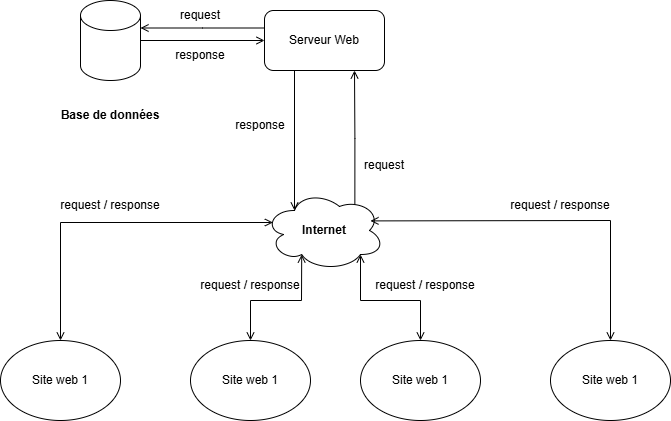
Before: archi_api.png, a diagram exported from draw.io (ouzayr-droid/docs_api). Source tidied: cells renumbered, new cells last; positions are measured from the earlier drawing's top-left corner, leaving out a move shared by most shapes.
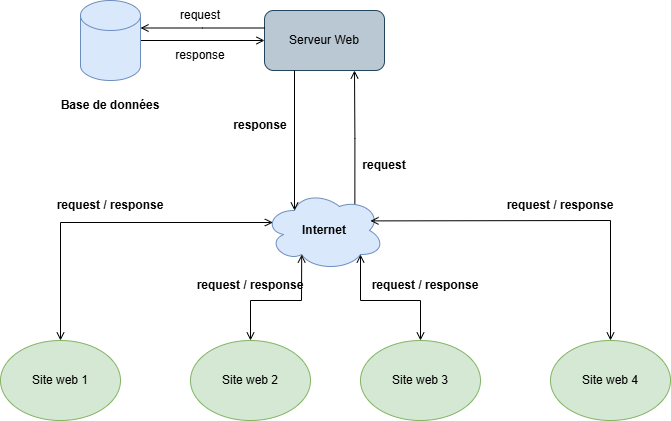
The same file after the commit.

Commit message:
feature: docs ecrit

Change to the diagram source:
```diff
@@ -5,31 +5,31 @@
     <mxCell id="2" style="edgeStyle=orthogonalEdgeStyle;rounded=0;jettySize=auto;html=1;entryX=0;entryY=0.5;entryDx=0;entryDy=0;endArrow=open;endFill=0;" parent="1" edge="1" source="3" target="5">
       <mxGeometry relative="1" as="geometry" />
     </mxCell>
-    <mxCell id="3" style="shape=cylinder3;whiteSpace=wrap;html=1;boundedLbl=1;backgroundOutline=1;size=15;" parent="1" vertex="1">
+    <mxCell id="3" style="shape=cylinder3;whiteSpace=wrap;html=1;boundedLbl=1;backgroundOutline=1;size=15;fillColor=#dae8fc;strokeColor=#6c8ebf;" parent="1" vertex="1">
       <mxGeometry x="80" width="60" height="80" as="geometry" />
     </mxCell>
     <mxCell id="4" value="&lt;b&gt;Base de données&lt;/b&gt;" style="text;html=1;whiteSpace=wrap;strokeColor=none;fillColor=none;align=center;verticalAlign=middle;rounded=0;" parent="1" vertex="1">
-      <mxGeometry x="50" y="100" width="120" height="30" as="geometry" />
+      <mxGeometry x="50" y="90" width="120" height="30" as="geometry" />
     </mxCell>
-    <mxCell id="5" value="Serveur Web" style="rounded=1;whiteSpace=wrap;html=1;" parent="1" vertex="1">
+    <mxCell id="5" value="Serveur Web" style="rounded=1;whiteSpace=wrap;html=1;fillColor=#bac8d3;strokeColor=#23445d;" parent="1" vertex="1">
       <mxGeometry x="264" y="10" width="120" height="60" as="geometry" />
     </mxCell>
     <mxCell id="6" style="edgeStyle=orthogonalEdgeStyle;rounded=0;jettySize=auto;html=1;entryX=0.75;entryY=1;entryDx=0;entryDy=0;exitX=0.753;exitY=0.2;exitDx=0;exitDy=0;exitPerimeter=0;endArrow=open;endFill=0;" parent="1" edge="1" source="7" target="5">
       <mxGeometry relative="1" as="geometry" />
     </mxCell>
-    <mxCell id="7" value="&lt;b&gt;Internet&lt;/b&gt;" style="ellipse;shape=cloud;whiteSpace=wrap;html=1;" parent="1" vertex="1">
+    <mxCell id="7" value="&lt;b&gt;Internet&lt;/b&gt;" style="ellipse;shape=cloud;whiteSpace=wrap;html=1;fillColor=#dae8fc;strokeColor=#6c8ebf;" parent="1" vertex="1">
       <mxGeometry x="264" y="190" width="120" height="80" as="geometry" />
     </mxCell>
-    <mxCell id="8" value="Site web 1" style="ellipse;whiteSpace=wrap;html=1;" parent="1" vertex="1">
+    <mxCell id="8" value="Site web 1" style="ellipse;whiteSpace=wrap;html=1;fillColor=#d5e8d4;strokeColor=#82b366;" parent="1" vertex="1">
       <mxGeometry y="340" width="120" height="80" as="geometry" />
     </mxCell>
-    <mxCell id="9" value="Site web 1" style="ellipse;whiteSpace=wrap;html=1;" parent="1" vertex="1">
+    <mxCell id="9" value="Site web 2" style="ellipse;whiteSpace=wrap;html=1;fillColor=#d5e8d4;strokeColor=#82b366;" parent="1" vertex="1">
       <mxGeometry x="190" y="340" width="120" height="80" as="geometry" />
     </mxCell>
-    <mxCell id="10" value="Site web 1" style="ellipse;whiteSpace=wrap;html=1;" parent="1" vertex="1">
+    <mxCell id="10" value="Site web 3" style="ellipse;whiteSpace=wrap;html=1;fillColor=#d5e8d4;strokeColor=#82b366;" parent="1" vertex="1">
       <mxGeometry x="360" y="340" width="120" height="80" as="geometry" />
     </mxCell>
-    <mxCell id="11" value="Site web 1" style="ellipse;whiteSpace=wrap;html=1;" parent="1" vertex="1">
+    <mxCell id="11" value="Site web 4" style="ellipse;whiteSpace=wrap;html=1;fillColor=#d5e8d4;strokeColor=#82b366;" parent="1" vertex="1">
       <mxGeometry x="550" y="340" width="120" height="80" as="geometry" />
     </mxCell>
     <mxCell id="12" style="edgeStyle=orthogonalEdgeStyle;rounded=0;jettySize=auto;html=1;entryX=1;entryY=0;entryDx=0;entryDy=27.5;entryPerimeter=0;endArrow=open;endFill=0;" parent="1" edge="1" source="5" target="3">
@@ -48,10 +48,10 @@
     <mxCell id="15" style="edgeStyle=orthogonalEdgeStyle;rounded=0;jettySize=auto;html=1;exitX=0.25;exitY=1;exitDx=0;exitDy=0;entryX=0.25;entryY=0.25;entryDx=0;entryDy=0;entryPerimeter=0;endArrow=open;endFill=0;" parent="1" edge="1" source="5" target="7">
       <mxGeometry relative="1" as="geometry" />
     </mxCell>
-    <mxCell id="16" value="request" style="text;html=1;whiteSpace=wrap;strokeColor=none;fillColor=none;align=center;verticalAlign=middle;rounded=0;" parent="1" vertex="1">
+    <mxCell id="16" value="&lt;b&gt;request&lt;/b&gt;" style="text;html=1;whiteSpace=wrap;strokeColor=none;fillColor=none;align=center;verticalAlign=middle;rounded=0;" parent="1" vertex="1">
       <mxGeometry x="354" y="150" width="60" height="30" as="geometry" />
     </mxCell>
-    <mxCell id="17" value="response" style="text;html=1;whiteSpace=wrap;strokeColor=none;fillColor=none;align=center;verticalAlign=middle;rounded=0;" parent="1" vertex="1">
+    <mxCell id="17" value="&lt;b&gt;response&lt;/b&gt;" style="text;html=1;whiteSpace=wrap;strokeColor=none;fillColor=none;align=center;verticalAlign=middle;rounded=0;" parent="1" vertex="1">
       <mxGeometry x="230" y="110" width="60" height="30" as="geometry" />
     </mxCell>
     <mxCell id="18" style="endArrow=open;startArrow=open;html=1;rounded=0;exitX=0.5;exitY=0;exitDx=0;exitDy=0;entryX=0.07;entryY=0.4;entryDx=0;entryDy=0;entryPerimeter=0;endFill=0;startFill=0;" parent="1" edge="1" source="8" target="7">
@@ -68,10 +68,10 @@
         </Array>
       </mxGeometry>
     </mxCell>
-    <mxCell id="20" value="request / response" style="text;html=1;whiteSpace=wrap;strokeColor=none;fillColor=none;align=center;verticalAlign=middle;rounded=0;" parent="1" vertex="1">
+    <mxCell id="20" value="&lt;b&gt;request / response&lt;/b&gt;" style="text;html=1;whiteSpace=wrap;strokeColor=none;fillColor=none;align=center;verticalAlign=middle;rounded=0;" parent="1" vertex="1">
       <mxGeometry x="50" y="190" width="120" height="30" as="geometry" />
     </mxCell>
-    <mxCell id="21" value="request / response" style="text;html=1;whiteSpace=wrap;strokeColor=none;fillColor=none;align=center;verticalAlign=middle;rounded=0;" parent="1" vertex="1">
+    <mxCell id="21" value="&lt;b&gt;request / response&lt;/b&gt;" style="text;html=1;whiteSpace=wrap;strokeColor=none;fillColor=none;align=center;verticalAlign=middle;rounded=0;" parent="1" vertex="1">
       <mxGeometry x="500" y="190" width="120" height="30" as="geometry" />
     </mxCell>
     <mxCell id="22" style="endArrow=open;startArrow=open;html=1;rounded=0;exitX=0.5;exitY=0;exitDx=0;exitDy=0;entryX=0.31;entryY=0.8;entryDx=0;entryDy=0;entryPerimeter=0;endFill=0;startFill=0;" parent="1" edge="1" source="9" target="7">
@@ -90,10 +90,10 @@
         </Array>
       </mxGeometry>
     </mxCell>
-    <mxCell id="24" value="request / response" style="text;html=1;whiteSpace=wrap;strokeColor=none;fillColor=none;align=center;verticalAlign=middle;rounded=0;" parent="1" vertex="1">
+    <mxCell id="24" value="&lt;b&gt;request / response&lt;/b&gt;" style="text;html=1;whiteSpace=wrap;strokeColor=none;fillColor=none;align=center;verticalAlign=middle;rounded=0;" parent="1" vertex="1">
       <mxGeometry x="370" y="270" width="110" height="30" as="geometry" />
     </mxCell>
-    <mxCell id="25" value="request / response" style="text;html=1;whiteSpace=wrap;strokeColor=none;fillColor=none;align=center;verticalAlign=middle;rounded=0;" parent="1" vertex="1">
+    <mxCell id="25" value="&lt;b&gt;request / response&lt;/b&gt;" style="text;html=1;whiteSpace=wrap;strokeColor=none;fillColor=none;align=center;verticalAlign=middle;rounded=0;" parent="1" vertex="1">
       <mxGeometry x="195" y="270" width="110" height="30" as="geometry" />
     </mxCell>
   </root>
```
